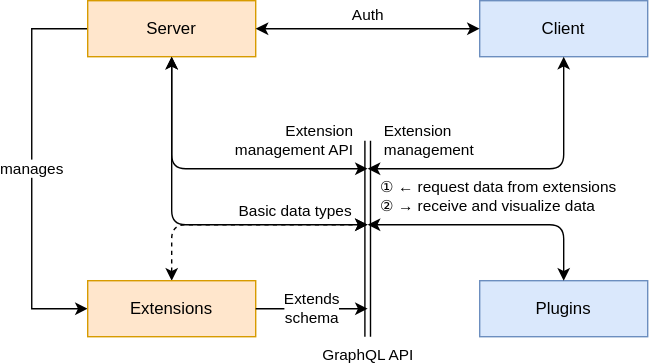
The draw.io diagram static/img/drawio-diagrams/general-structure.drawio.svg in server-state/docs, before a commit. Source tidied: cells renumbered, new cells last; positions are measured from the earlier drawing's top-left corner, leaving out a move shared by most shapes. Source of this version:
```xml
<mxGraphModel>
  <root>
    <mxCell id="0" />
    <mxCell id="1" parent="0" />
    <mxCell id="2" style="endArrow=classic;startArrow=classic;html=1;dashed=1;" parent="1" edge="1" source="9">
      <mxGeometry relative="1" as="geometry">
        <mxPoint x="240" y="160" as="targetPoint" />
        <Array as="points">
          <mxPoint x="100" y="160" />
        </Array>
      </mxGeometry>
    </mxCell>
    <mxCell id="3" style="edgeStyle=orthogonalEdgeStyle;rounded=0;jettySize=auto;html=1;exitX=0.5;exitY=0.5;exitDx=0;exitDy=0;exitPerimeter=0;" parent="1" edge="1" source="x">
      <mxGeometry relative="1" as="geometry">
        <mxPoint x="330" y="140" as="targetPoint" />
      </mxGeometry>
    </mxCell>
    <mxCell id="4" style="shape=link;html=1;" parent="1" edge="1">
      <mxGeometry relative="1" as="geometry">
        <mxPoint x="240" y="100" as="sourcePoint" />
        <mxPoint x="240" y="240" as="targetPoint" />
      </mxGeometry>
    </mxCell>
    <mxCell id="5" value="GraphQL API" style="edgeLabel;html=1;align=center;verticalAlign=middle;" parent="4" vertex="1">
      <mxGeometry x="0.26" relative="1" as="geometry">
        <mxPoint y="64" as="offset" />
      </mxGeometry>
    </mxCell>
    <mxCell id="6" style="edgeStyle=orthogonalEdgeStyle;rounded=0;jettySize=auto;html=1;" parent="1" edge="1" source="8" target="9">
      <mxGeometry relative="1" as="geometry">
        <Array as="points">
          <mxPoint y="20" />
          <mxPoint y="220" />
        </Array>
      </mxGeometry>
    </mxCell>
    <mxCell id="7" value="manages" style="edgeLabel;html=1;align=center;verticalAlign=middle;" parent="6" vertex="1">
      <mxGeometry x="-0.06" relative="1" as="geometry">
        <mxPoint y="9" as="offset" />
      </mxGeometry>
    </mxCell>
    <mxCell id="8" value="Server" style="rounded=0;whiteSpace=wrap;html=1;fillColor=#ffe6cc;strokeColor=#d79b00;" parent="1" vertex="1">
      <mxGeometry x="40" width="120" height="40" as="geometry" />
    </mxCell>
    <mxCell id="9" value="Extensions" style="rounded=0;whiteSpace=wrap;html=1;fillColor=#ffe6cc;strokeColor=#d79b00;" parent="1" vertex="1">
      <mxGeometry x="40" y="200" width="120" height="40" as="geometry" />
    </mxCell>
    <mxCell id="10" value="Client" style="rounded=0;whiteSpace=wrap;html=1;fillColor=#dae8fc;strokeColor=#6c8ebf;" parent="1" vertex="1">
      <mxGeometry x="320" width="120" height="40" as="geometry" />
    </mxCell>
    <mxCell id="11" style="endArrow=classic;startArrow=classic;html=1;" parent="1" edge="1" source="8" target="10">
      <mxGeometry relative="1" as="geometry" />
    </mxCell>
    <mxCell id="12" value="Auth" style="edgeLabel;html=1;align=center;verticalAlign=middle;" parent="11" vertex="1">
      <mxGeometry x="0.17" relative="1" as="geometry">
        <mxPoint x="-14" y="-10" as="offset" />
      </mxGeometry>
    </mxCell>
    <mxCell id="13" style="endArrow=classic;startArrow=classic;html=1;" parent="1" edge="1" target="10">
      <mxGeometry relative="1" as="geometry">
        <mxPoint x="240" y="120" as="sourcePoint" />
        <Array as="points">
          <mxPoint x="380" y="120" />
        </Array>
      </mxGeometry>
    </mxCell>
    <mxCell id="14" value="Extension&lt;br&gt;management" style="edgeLabel;html=1;align=left;verticalAlign=middle;" parent="13" vertex="1">
      <mxGeometry relative="1" as="geometry">
        <mxPoint x="-100" y="-20" as="offset" />
      </mxGeometry>
    </mxCell>
    <mxCell id="15" style="endArrow=classic;startArrow=classic;html=1;" parent="1" edge="1" source="8">
      <mxGeometry relative="1" as="geometry">
        <mxPoint x="240" y="120" as="targetPoint" />
        <Array as="points">
          <mxPoint x="100" y="120" />
        </Array>
      </mxGeometry>
    </mxCell>
    <mxCell id="16" value="Extension&lt;br&gt;management API" style="edgeLabel;html=1;align=right;verticalAlign=middle;" parent="15" vertex="1">
      <mxGeometry x="0.04" relative="1" as="geometry">
        <mxPoint x="95" y="-20" as="offset" />
      </mxGeometry>
    </mxCell>
    <mxCell id="17" style="endArrow=classic;startArrow=classic;html=1;" parent="1" edge="1" source="8">
      <mxGeometry relative="1" as="geometry">
        <mxPoint x="240" y="160" as="targetPoint" />
        <Array as="points">
          <mxPoint x="100" y="160" />
        </Array>
      </mxGeometry>
    </mxCell>
    <mxCell id="18" value="Basic data types" style="edgeLabel;html=1;align=right;verticalAlign=middle;" parent="17" vertex="1">
      <mxGeometry x="0.08" relative="1" as="geometry">
        <mxPoint x="109" y="-10" as="offset" />
      </mxGeometry>
    </mxCell>
    <mxCell id="19" style="endArrow=classic;html=1;" parent="1" edge="1" source="9">
      <mxGeometry relative="1" as="geometry">
        <mxPoint x="240" y="220" as="targetPoint" />
        <Array as="points">
          <mxPoint x="200" y="220" />
        </Array>
      </mxGeometry>
    </mxCell>
    <mxCell id="20" value="Extends&lt;br&gt;schema" style="edgeLabel;html=1;align=center;verticalAlign=middle;" parent="19" vertex="1">
      <mxGeometry x="0.42" y="1" relative="1" as="geometry">
        <mxPoint x="-17" y="1" as="offset" />
      </mxGeometry>
    </mxCell>
    <mxCell id="21" value="Plugins" style="rounded=0;whiteSpace=wrap;html=1;fillColor=#dae8fc;strokeColor=#6c8ebf;" parent="1" vertex="1">
      <mxGeometry x="320" y="200" width="120" height="40" as="geometry" />
    </mxCell>
    <mxCell id="22" style="endArrow=classic;startArrow=classic;html=1;" parent="1" edge="1" target="21">
      <mxGeometry relative="1" as="geometry">
        <mxPoint x="240" y="160" as="sourcePoint" />
        <Array as="points">
          <mxPoint x="380" y="160" />
        </Array>
      </mxGeometry>
    </mxCell>
    <mxCell id="23" value="&lt;div&gt;① ← request data from extensions&lt;/div&gt;&lt;div style=&quot;text-align: left&quot;&gt;② → receive and visualize data&lt;/div&gt;" style="edgeLabel;html=1;align=center;verticalAlign=middle;spacingLeft=4;" parent="22" vertex="1">
      <mxGeometry x="-0.56" y="-3" relative="1" as="geometry">
        <mxPoint x="51" y="-23" as="offset" />
      </mxGeometry>
    </mxCell>
  </root>
</mxGraphModel>
```
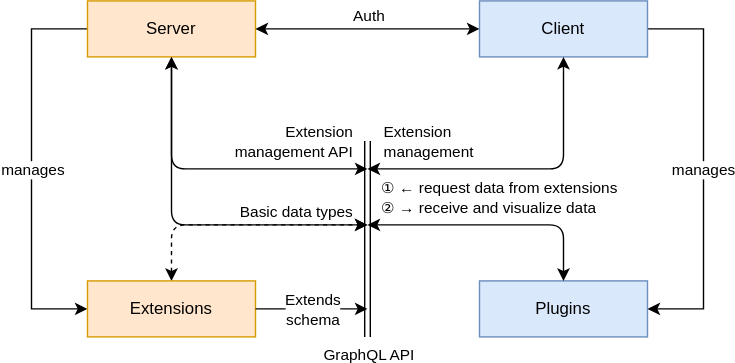
After the commit.

Diff of the diagram source:
```diff
@@ -10,7 +10,7 @@
         </Array>
       </mxGeometry>
     </mxCell>
-    <mxCell id="3" style="edgeStyle=orthogonalEdgeStyle;rounded=0;jettySize=auto;html=1;exitX=0.5;exitY=0.5;exitDx=0;exitDy=0;exitPerimeter=0;" parent="1" edge="1" source="x">
+    <mxCell id="3" style="edgeStyle=orthogonalEdgeStyle;rounded=0;orthogonalLoop=1;jettySize=auto;html=1;exitX=0.5;exitY=0.5;exitDx=0;exitDy=0;exitPerimeter=0;" parent="1" edge="1">
       <mxGeometry relative="1" as="geometry">
         <mxPoint x="330" y="140" as="targetPoint" />
       </mxGeometry>
@@ -45,6 +45,19 @@
     <mxCell id="9" value="Extensions" style="rounded=0;whiteSpace=wrap;html=1;fillColor=#ffe6cc;strokeColor=#d79b00;" parent="1" vertex="1">
       <mxGeometry x="40" y="200" width="120" height="40" as="geometry" />
     </mxCell>
+    <mxCell id="24" style="edgeStyle=orthogonalEdgeStyle;rounded=0;jettySize=auto;html=1;" parent="1" edge="1" source="10" target="21">
+      <mxGeometry relative="1" as="geometry">
+        <Array as="points">
+          <mxPoint x="480" y="20" />
+          <mxPoint x="480" y="220" />
+        </Array>
+      </mxGeometry>
+    </mxCell>
+    <mxCell id="25" value="manages" style="edgeLabel;html=1;align=center;verticalAlign=middle;" parent="24" vertex="1">
+      <mxGeometry x="0.12" y="-1" relative="1" as="geometry">
+        <mxPoint y="-16" as="offset" />
+      </mxGeometry>
+    </mxCell>
     <mxCell id="10" value="Client" style="rounded=0;whiteSpace=wrap;html=1;fillColor=#dae8fc;strokeColor=#6c8ebf;" parent="1" vertex="1">
       <mxGeometry x="320" width="120" height="40" as="geometry" />
     </mxCell>
```
